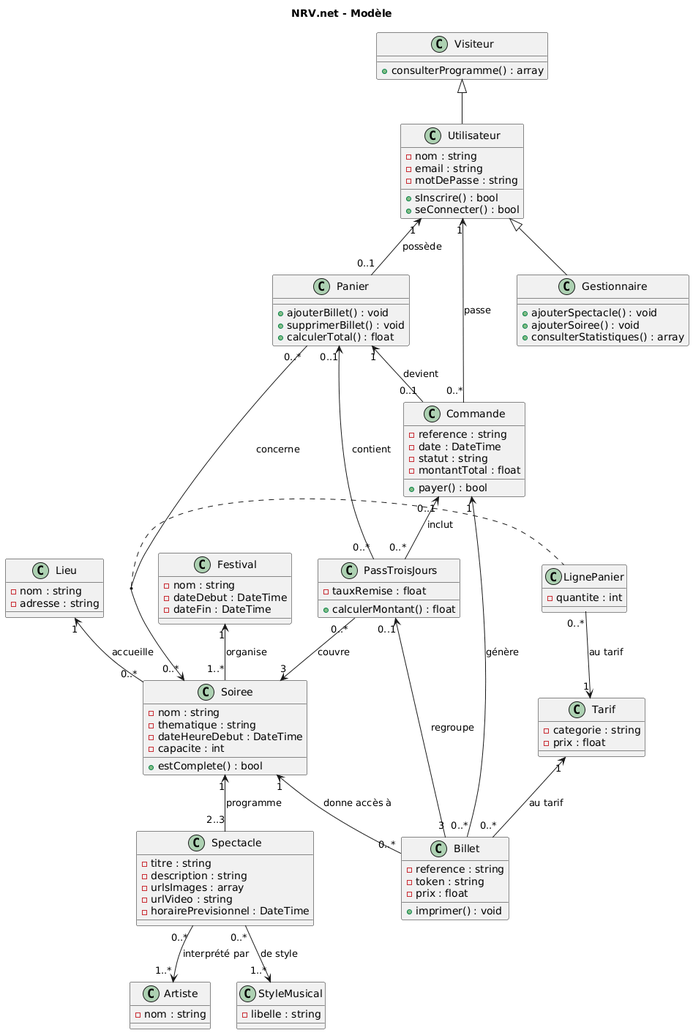
Nath-YvUni/BUT-3-Atelier-NRV.net keeps this PlantUML diagram as Documents/Diagrammes/diagramme-classes-domaine.png. Above is the earlier version.
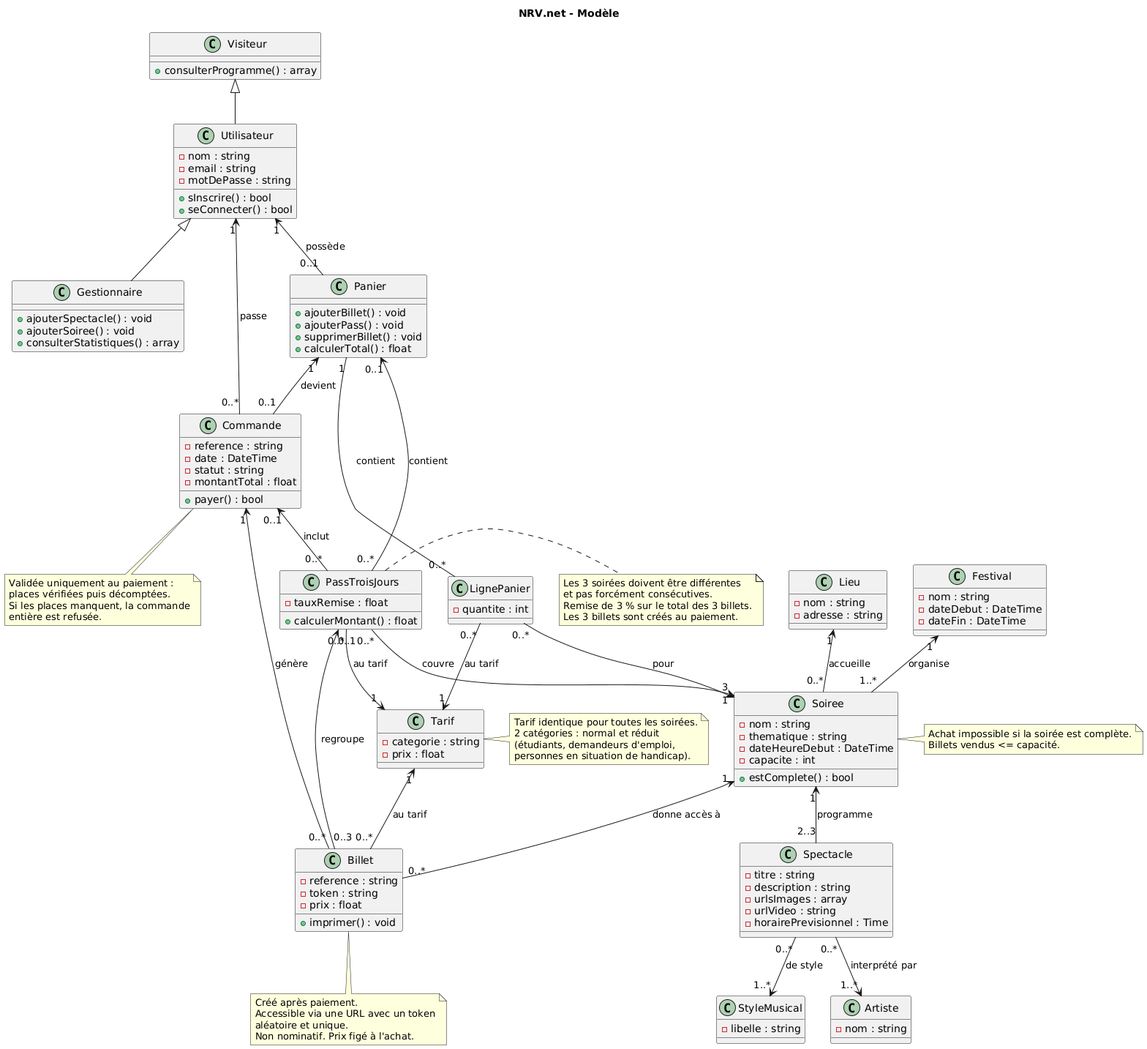
Above is the later version.

Commit message:
docs(diagramme): rendre lignepanier classe normale

- plusieurs tarifs possibles pour une même soirée
- ajout des notes avec les règles métier
- pass relié au tarif et au panier

Change to the diagram source:
```diff
@@ -25,7 +25,7 @@
   - description : string
   - urlsImages : array
   - urlVideo : string
-  - horairePrevisionnel : DateTime
+  - horairePrevisionnel : Time
 }
 
 class Artiste {
@@ -56,6 +56,7 @@
 
 class Panier {
   + ajouterBillet() : void
+  + ajouterPass() : void
   + supprimerBillet() : void
   + calculerTotal() : float
 }
@@ -99,16 +100,51 @@
 Utilisateur <|-- Gestionnaire
 
 Utilisateur "1" <-- "0..1" Panier : possède
-Panier "0..*" --> "0..*" Soiree : concerne
-(Panier, Soiree) .. LignePanier
+Panier "1" -- "0..*" LignePanier : contient
+LignePanier "0..*" --> "1" Soiree : pour
 LignePanier "0..*" --> "1" Tarif : au tarif
 Panier "0..1" <-- "0..*" PassTroisJours : contient
 PassTroisJours "0..*" --> "3" Soiree : couvre
+PassTroisJours "0..*" --> "1" Tarif : au tarif
+
 Utilisateur "1" <-- "0..*" Commande : passe
 Panier "1" <-- "0..1" Commande : devient
 Commande "0..1" <-- "0..*" PassTroisJours : inclut
 Commande "1" <-- "0..*" Billet : génère
 Soiree "1" <-- "0..*" Billet : donne accès à
 Tarif "1" <-- "0..*" Billet : au tarif
-PassTroisJours "0..1" <-- "3" Billet : regroupe
+PassTroisJours "0..1" <-- "0..3" Billet : regroupe
+
+note right of PassTroisJours
+  Les 3 soirées doivent être différentes
+  et pas forcément consécutives.
+  Remise de 3 % sur le total des 3 billets.
+  Les 3 billets sont créés au paiement.
+end note
+
+note bottom of Commande
+  Validée uniquement au paiement :
+  places vérifiées puis décomptées.
+  Si les places manquent, la commande
+  entière est refusée.
+end note
+
+note bottom of Billet
+  Créé après paiement.
+  Accessible via une URL avec un token
+  aléatoire et unique.
+  Non nominatif. Prix figé à l'achat.
+end note
+
+note right of Tarif
+  Tarif identique pour toutes les soirées.
+  2 catégories : normal et réduit
+  (étudiants, demandeurs d'emploi,
+  personnes en situation de handicap).
+end note
+
+note right of Soiree
+  Achat impossible si la soirée est complète.
+  Billets vendus <= capacité.
+end note
 @enduml
```
